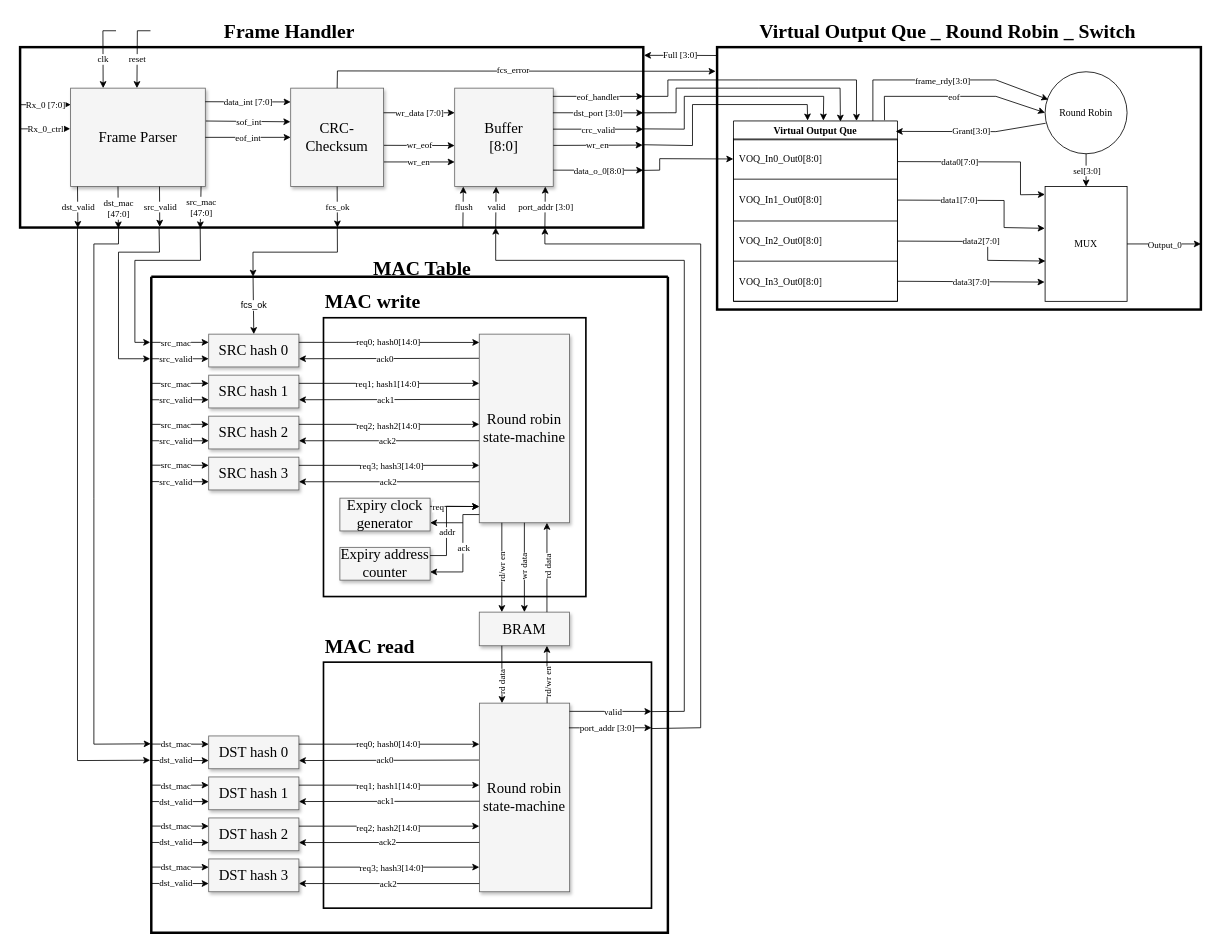
The draw.io diagram FPGA_switch.drawio in Meschr/FPGA_Bitflip, before the edit. Source tidied: cells renumbered, new cells numbered last; positions are measured from the earlier drawing's top-left corner, leaving out a move shared by most shapes. Both pictures are drawn from the tidied source at 82%, with x=0, y=0 at pixel (20, 14).
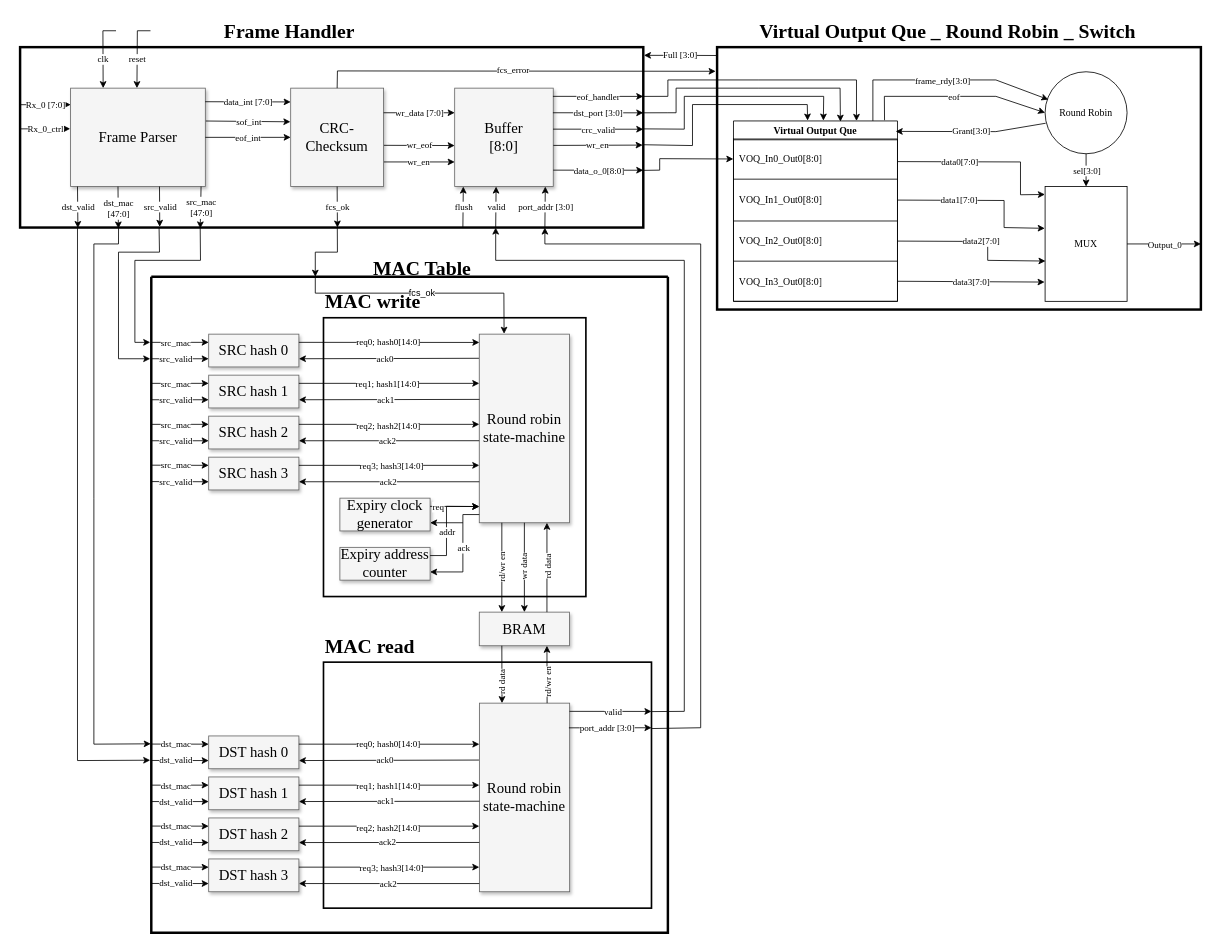
The same page after the edit.

Commit message (it also covers changes not shown here):
fix tiny things

The change refers to these unchanged cells:
```xml
<mxCell id="4" style="rounded=0;whiteSpace=wrap;html=1;fillColor=none;align=left;fontFamily=Times New Roman;strokeWidth=3;" parent="3" vertex="1">
  <mxGeometry y="30" width="760" height="220" as="geometry" />
</mxCell>
<mxCell id="94" value="SRC hash 0" style="whiteSpace=wrap;html=1;shadow=1;fontSize=18;fillColor=#f5f5f5;strokeColor=#666666;fontFamily=Times New Roman;" parent="91" vertex="1">
  <mxGeometry y="60" width="110" height="40" as="geometry" />
</mxCell>
<mxCell id="100" value="&lt;span style=&quot;color: rgb(0, 0, 0);&quot;&gt;Round robin state-machine&lt;/span&gt;" style="whiteSpace=wrap;html=1;shadow=1;fontSize=18;fillColor=#f5f5f5;strokeColor=#666666;fontFamily=Times New Roman;" parent="91" vertex="1">
  <mxGeometry x="330" y="60" width="110" height="230" as="geometry" />
</mxCell>
<mxCell id="190" style="swimlane;startSize=0;strokeWidth=3;" parent="1" vertex="1">
  <mxGeometry x="160" y="320" width="630" height="800" as="geometry" />
</mxCell>
```

Change to the diagram source:
```diff
@@
-    <mxCell id="200" style="endArrow=classic;html=1;rounded=0;exitX=0.509;exitY=1.003;exitDx=0;exitDy=0;exitPerimeter=0;entryX=0.197;entryY=0;entryDx=0;entryDy=0;entryPerimeter=0;" parent="1" edge="1" source="4" target="190">
+    <mxCell id="200" style="endArrow=classic;html=1;rounded=0;exitX=0.509;exitY=1.003;exitDx=0;exitDy=0;exitPerimeter=0;" parent="1" edge="1" source="4">
       <mxGeometry x="0.07" relative="1" as="geometry">
+        <mxPoint x="360" y="320" as="targetPoint" />
         <Array as="points">
           <mxPoint x="387" y="290" />
-          <mxPoint x="284" y="290" />
+          <mxPoint x="360" y="290" />
         </Array>
       </mxGeometry>
     </mxCell>
-    <mxCell id="201" value="fcs_ok" style="endArrow=classic;html=1;exitX=0.197;exitY=0;exitDx=0;exitDy=0;exitPerimeter=0;entryX=0.5;entryY=0;entryDx=0;entryDy=0;" parent="1" edge="1" source="190" target="94">
-      <mxGeometry relative="1" as="geometry" />
+    <mxCell id="201" value="fcs_ok" style="endArrow=classic;html=1;entryX=0.275;entryY=-0.002;entryDx=0;entryDy=0;rounded=0;curved=0;entryPerimeter=0;" parent="1" edge="1" target="100">
+      <mxGeometry relative="1" as="geometry">
+        <mxPoint x="360" y="320" as="sourcePoint" />
+        <Array as="points">
+          <mxPoint x="360" y="340" />
+          <mxPoint x="590" y="340" />
+        </Array>
+      </mxGeometry>
     </mxCell>
```
